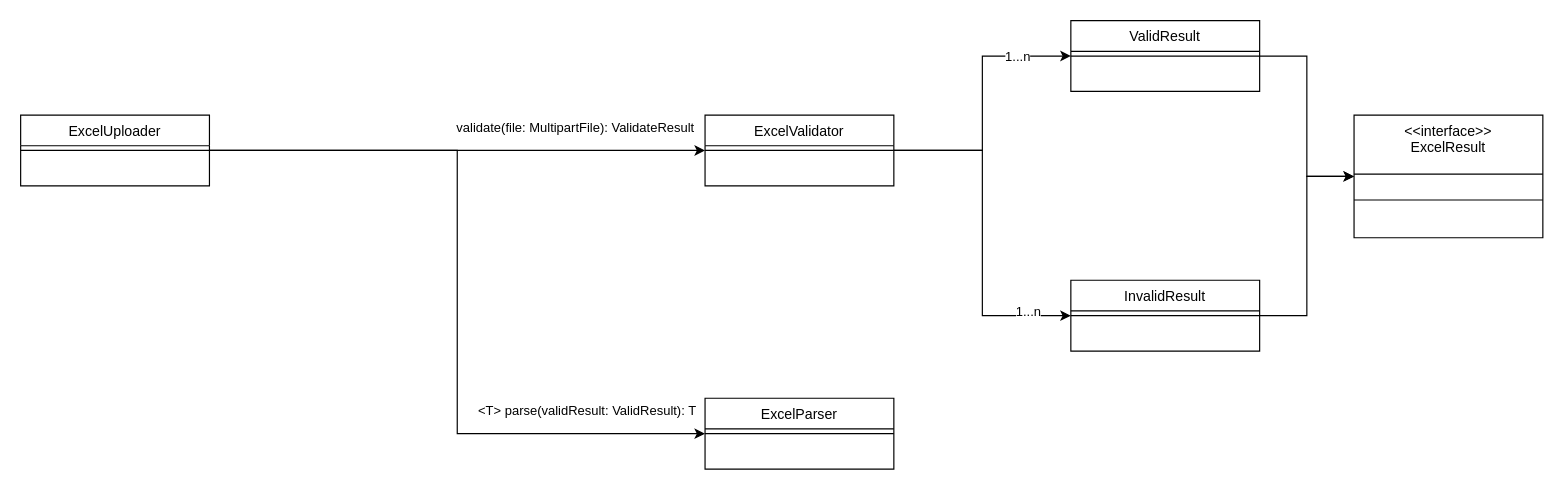
Above: tdd/excel-uploader/excel-uploader.drawio in currenjin/alexandria-playground (draw.io), before the change. Source tidied: cells renumbered, new cells numbered last; positions are measured from the earlier drawing's top-left corner, leaving out a move shared by most shapes. Both pictures are drawn from the tidied source at 118%, with x=0, y=0 at pixel (20, 20).
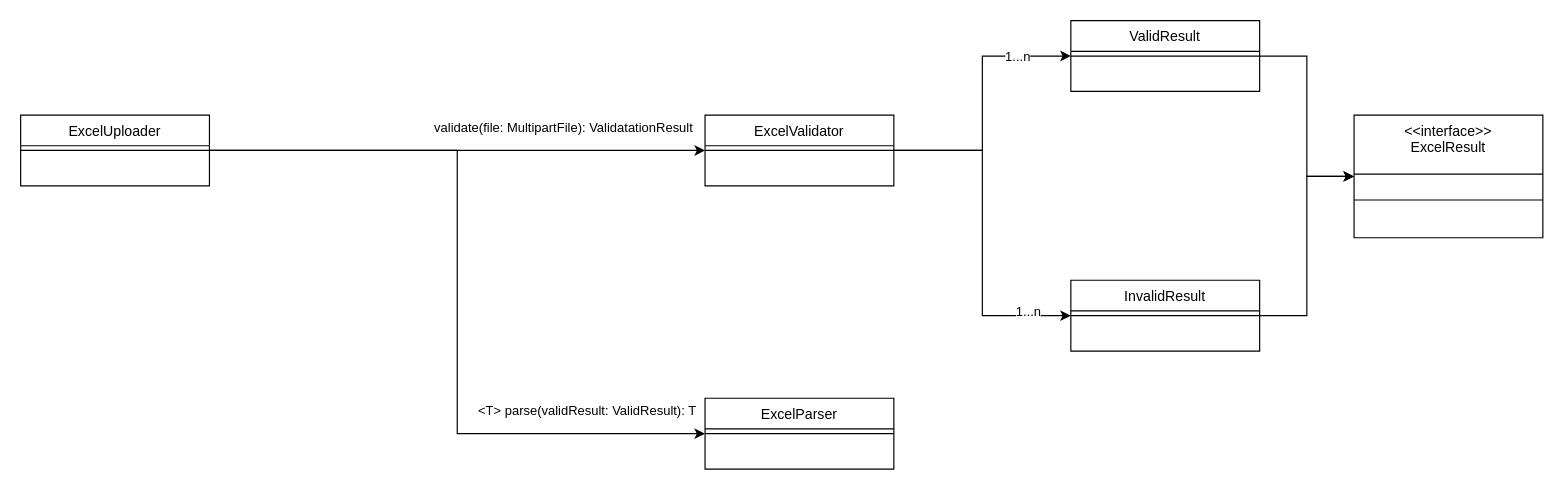
The same diagram, later.

Commit message:
Update: validation result

The change refers to these unchanged cells:
```xml
<mxCell id="10" style="edgeStyle=orthogonalEdgeStyle;rounded=0;jettySize=auto;html=1;entryX=0;entryY=0.5;entryDx=0;entryDy=0;" parent="1" edge="1" source="5" target="8">
  <mxGeometry relative="1" as="geometry" />
</mxCell>
```

Diff of the diagram source:
```diff
@@
-    <mxCell id="11" value="validate(file: MultipartFile): ValidateResult" style="edgeLabel;html=1;align=center;verticalAlign=middle;" parent="10" vertex="1">
+    <mxCell id="11" value="validate(file: MultipartFile): ValidatationResult" style="edgeLabel;html=1;align=center;verticalAlign=middle;" parent="10" vertex="1">
       <mxGeometry x="0.23" relative="1" as="geometry">
-        <mxPoint x="51" y="-20" as="offset" />
+        <mxPoint x="41" y="-20" as="offset" />
       </mxGeometry>
     </mxCell>
```
